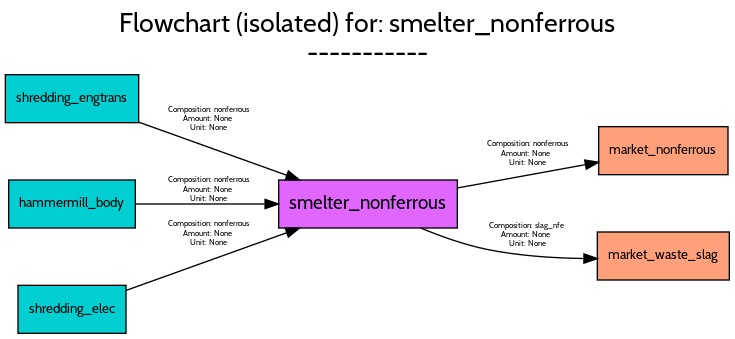
FutuRaM-Project/Recovery-Model keeps this Graphviz diagram as src/examples/ELV/figures/flowcharts/processes/png/smelter_nonferrous.png. Above is the earlier version. Its source is kept beside it as src/examples/ELV/figures/flowcharts/processes/dot/smelter_nonferrous.dot.
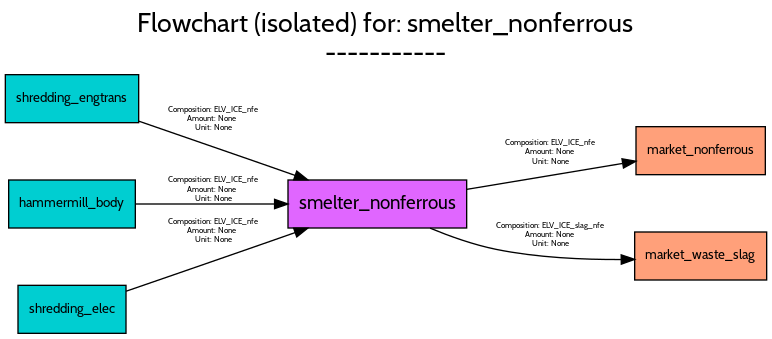
The same diagram one commit later.

The edit, as a diff of the source:
```diff
@@ -1,5 +1,5 @@
 digraph {
-	graph [bb="0,0,543,246",
+	graph [bb="0,0,571,246",
 		font=Cabin,
 		fontname=Cabin,
 		fontsize=20,
@@ -8,7 +8,7 @@
 		labeljust=c,
 		labelloc=tc,
 		lheight=0.61,
-		lp="271.5,220",
+		lp="285.5,220",
 		lwidth=5.18,
 		nodesep=0.6,
 		rankdir=LR,
@@ -19,7 +19,7 @@
 		fontname=Cabin,
 		fontsize=14,
 		height=0.5,
-		pos="272,97",
+		pos="279,97",
 		shape=box,
 		style=filled,
 		width=1.8611];
@@ -27,34 +27,34 @@
 		fontname=Cabin,
 		fontsize=10,
 		height=0.5,
-		pos="493.5,137",
+		pos="521.5,137",
 		shape=box,
 		style=filled,
 		width=1.3472];
 	smelter_nonferrous -> market_nonferrous	[color=black,
 		fontname=Cabin,
 		fontsize=6,
-		label="Composition: nonferrous
+		label="Composition: ELV_ICE_nfe
 Amount: None
 Unit: None",
-		lp="391.5,134.5",
-		pos="e,444.95,128.34 339.15,109.06 369.64,114.61 405.49,121.14 434.86,126.5"];
+		lp="409,135.5",
+		pos="e,472.91,129.09 346.04,107.98 382.61,114.07 427.65,121.56 462.81,127.4"];
 	market_waste_slag	[fillcolor=lightsalmon1,
 		fontname=Cabin,
 		fontsize=10,
 		height=0.5,
-		pos="493.5,58",
+		pos="521.5,58",
 		shape=box,
 		style=filled,
 		width=1.375];
 	smelter_nonferrous -> market_waste_slag	[color=black,
 		fontname=Cabin,
 		fontsize=6,
-		label="Composition: slag_nfe
+		label="Composition: ELV_ICE_slag_nfe
 Amount: None
 Unit: None",
-		lp="391.5,73.5",
-		pos="e,443.95,56.047 311.59,78.913 326.67,72.696 344.32,66.44 361,63 384.48,58.159 410.8,56.446 433.7,56.111"];
+		lp="409,73.5",
+		pos="e,471.94,55.476 318.58,78.867 333.66,72.644 351.31,66.396 368,63 398.52,56.791 433.17,55.23 461.72,55.358"];
 	shredding_engtrans	[fillcolor=darkturquoise,
 		fontname=Cabin,
 		fontsize=10,
@@ -66,11 +66,11 @@
 	shredding_engtrans -> smelter_nonferrous	[color=black,
 		fontname=Cabin,
 		fontsize=6,
-		label="Composition: nonferrous
+		label="Composition: ELV_ICE_nfe
 Amount: None
 Unit: None",
-		lp="152.5,160.5",
-		pos="e,220.53,115.12 100.1,158.37 132.86,146.61 176.14,131.06 210.95,118.56"];
+		lp="156,160.5",
+		pos="e,226.83,115.09 100.24,159.08 126.83,149.92 160.23,138.38 190,128 198.85,124.91 208.2,121.64 217.37,118.41"];
 	hammermill_body	[fillcolor=darkturquoise,
 		fontname=Cabin,
 		fontsize=10,
@@ -82,11 +82,11 @@
 	hammermill_body -> smelter_nonferrous	[color=black,
 		fontname=Cabin,
 		fontsize=6,
-		label="Composition: nonferrous
+		label="Composition: ELV_ICE_nfe
 Amount: None
 Unit: None",
-		lp="152.5,107.5",
-		pos="e,204.8,97 97.656,97 125.77,97 162.25,97 194.49,97"];
+		lp="156,107.5",
+		pos="e,211.94,97 97.759,97 127.76,97 167.42,97 201.89,97"];
 	shredding_elec	[fillcolor=darkturquoise,
 		fontname=Cabin,
 		fontsize=10,
@@ -98,9 +98,9 @@
 	shredding_elec -> smelter_nonferrous	[color=black,
 		fontname=Cabin,
 		fontsize=6,
-		label="Composition: nonferrous
+		label="Composition: ELV_ICE_nfe
 Amount: None
 Unit: None",
-		lp="152.5,74.5",
-		pos="e,220.51,78.87 90.586,32.215 124.11,44.255 172.7,61.702 211.01,75.458"];
+		lp="156,76.5",
+		pos="e,226.83,78.915 90.566,31.59 118.39,41.166 156.49,54.313 190,66 198.85,69.088 208.2,72.365 217.37,75.587"];
 }
```
